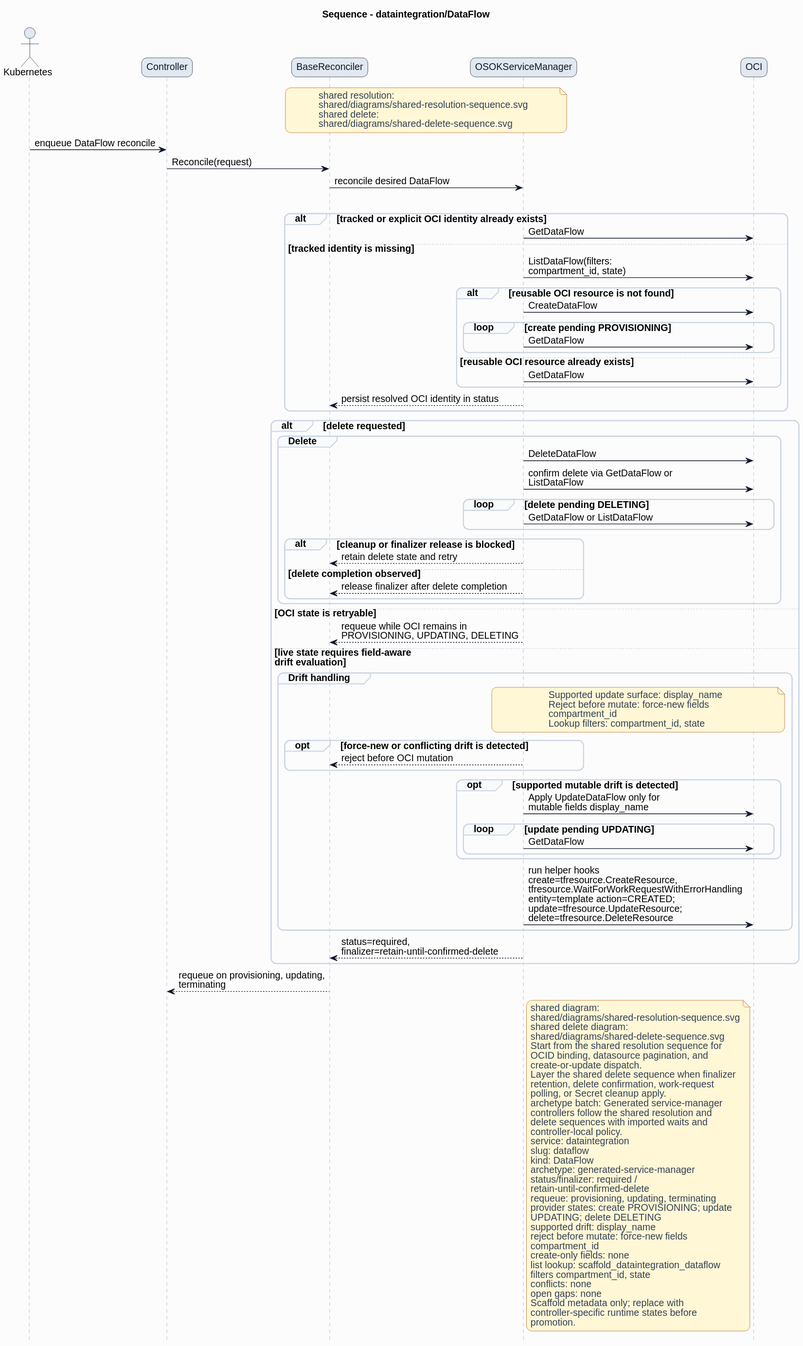
Above: formal/controllers/dataintegration/dataflow/diagrams/sequence.svg in HaoyL666/oci-service-operator (PlantUML), before the change.
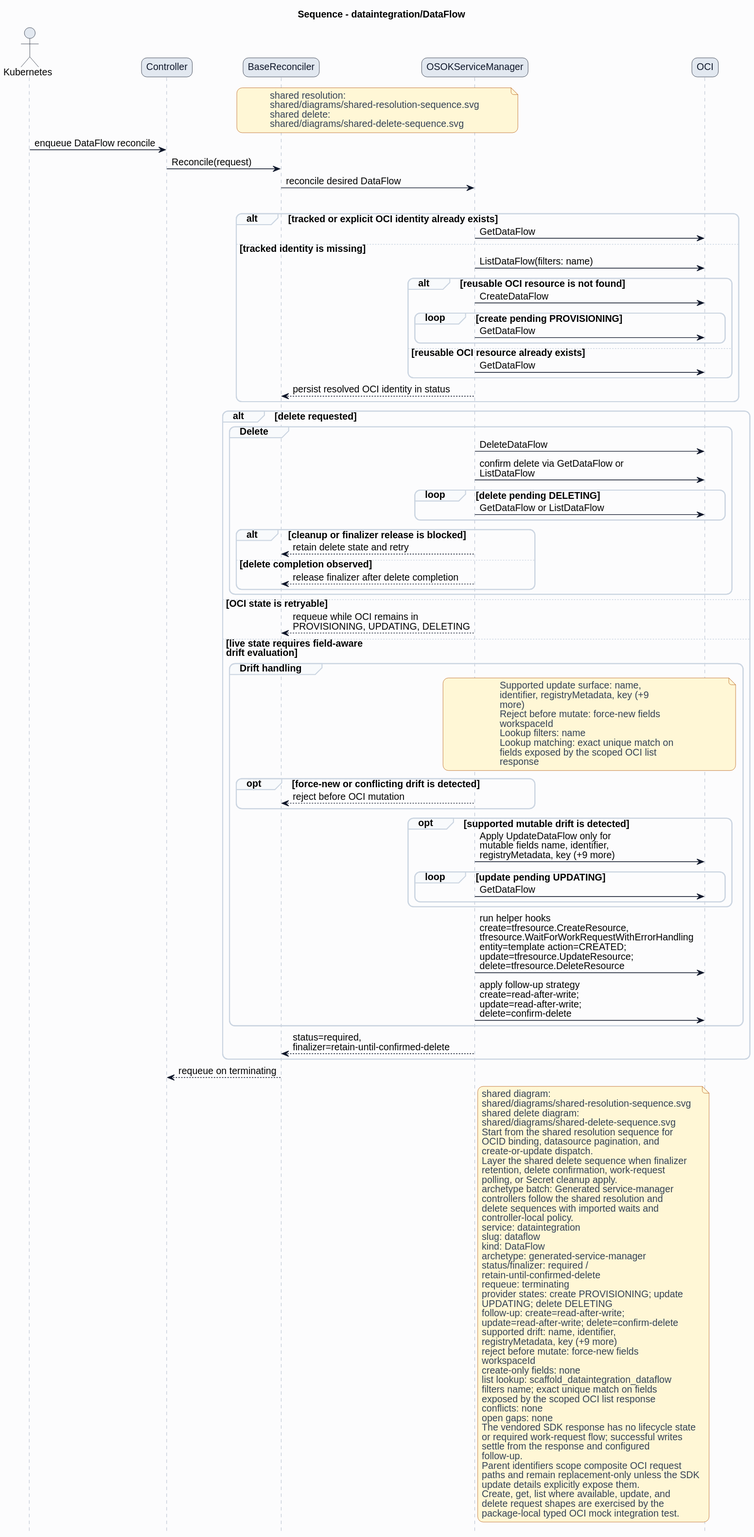
After the commit.

What changed in the source:
```diff
@@ -38,7 +38,7 @@
 alt tracked or explicit OCI identity already exists
 ServiceManager -> OCI: GetDataFlow
 else tracked identity is missing
-ServiceManager -> OCI: ListDataFlow(filters:\ncompartment_id, state)
+ServiceManager -> OCI: ListDataFlow(filters: name)
 alt reusable OCI resource is not found
 ServiceManager -> OCI: CreateDataFlow
 loop create pending PROVISIONING
@@ -67,25 +67,31 @@
 else live state requires field-aware\ndrift evaluation
 group Drift handling
 note over ServiceManager,OCI
-Supported update surface: display_name
+Supported update surface: name,
+identifier, registryMetadata, key (+9
+more)
 Reject before mutate: force-new fields
-compartment_id
-Lookup filters: compartment_id, state
+workspaceId
+Lookup filters: name
+Lookup matching: exact unique match on
+fields exposed by the scoped OCI list
+response
 end note
 opt force-new or conflicting drift is detected
 ServiceManager --> BaseReconciler: reject before OCI mutation
 end
 opt supported mutable drift is detected
-ServiceManager -> OCI: Apply UpdateDataFlow only for\nmutable fields display_name
+ServiceManager -> OCI: Apply UpdateDataFlow only for\nmutable fields name, identifier,\nregistryMetadata, key (+9 more)
 loop update pending UPDATING
 ServiceManager -> OCI: GetDataFlow
 end
 end
 ServiceManager -> OCI: run helper hooks\ncreate=tfresource.CreateResource,\ntfresource.WaitForWorkRequestWithErrorHandling\nentity=template action=CREATED;\nupdate=tfresource.UpdateResource;\ndelete=tfresource.DeleteResource
+ServiceManager -> OCI: apply follow-up strategy\ncreate=read-after-write;\nupdate=read-after-write;\ndelete=confirm-delete
 end
 ServiceManager --> BaseReconciler: status=required,\nfinalizer=retain-until-confirmed-delete
 end
-BaseReconciler --> Controller: requeue on provisioning, updating,\nterminating
+BaseReconciler --> Controller: requeue on terminating
 note right of ServiceManager
 shared diagram:
 shared/diagrams/shared-resolution-sequence.svg
@@ -107,19 +113,30 @@
 archetype: generated-service-manager
 status/finalizer: required /
 retain-until-confirmed-delete
-requeue: provisioning, updating, terminating
+requeue: terminating
 provider states: create PROVISIONING; update
 UPDATING; delete DELETING
-supported drift: display_name
+follow-up: create=read-after-write;
+update=read-after-write; delete=confirm-delete
+supported drift: name, identifier,
+registryMetadata, key (+9 more)
 reject before mutate: force-new fields
-compartment_id
+workspaceId
 create-only fields: none
 list lookup: scaffold_dataintegration_dataflow
-filters compartment_id, state
+filters name; exact unique match on fields
+exposed by the scoped OCI list response
 conflicts: none
 open gaps: none
-Scaffold metadata only; replace with
-controller-specific runtime states before
-promotion.
+The vendored SDK response has no lifecycle state
+or required work-request flow; successful writes
+settle from the response and configured
+follow-up.
+Parent identifiers scope composite OCI request
+paths and remain replacement-only unless the SDK
+update details explicitly expose them.
+Create, get, list where available, update, and
+delete request shapes are exercised by the
+package-local typed OCI mock integration test.
 end note
 @enduml
```
